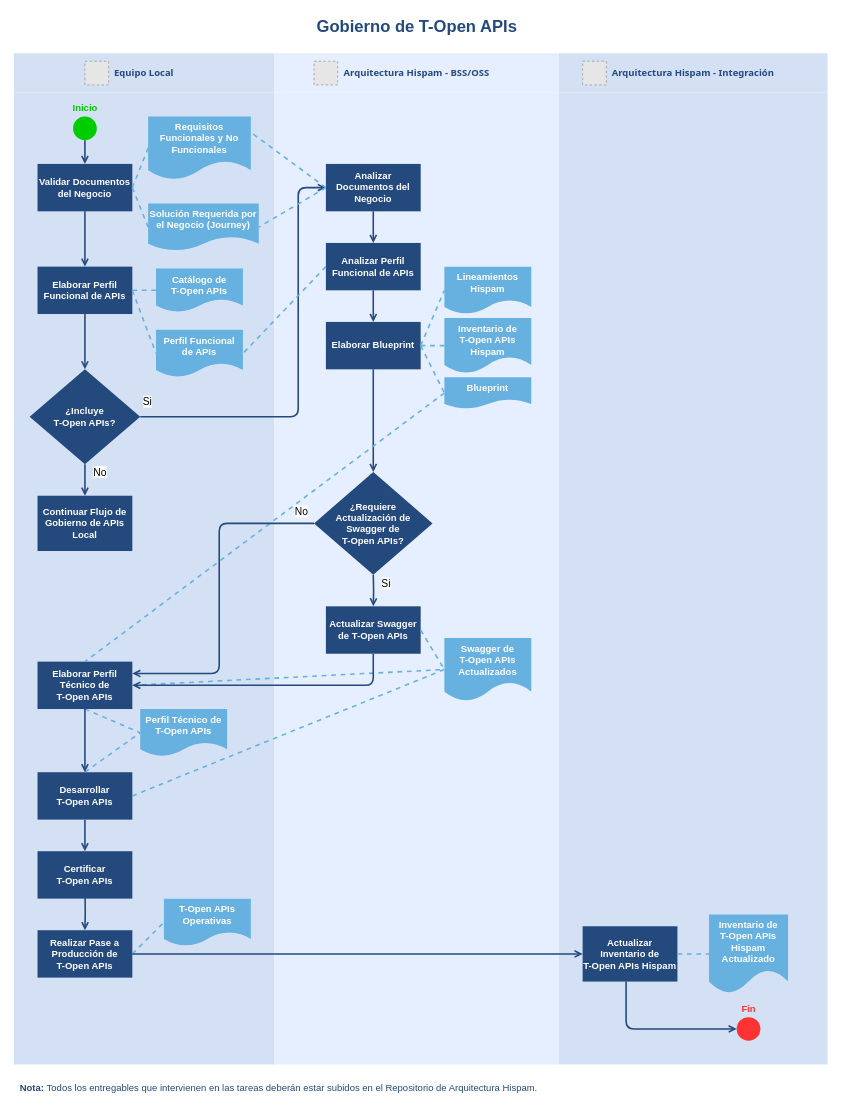
mnunezw/Gobierno-de-APIs keeps this draw.io diagram as page "Diagrama de Flujo" (1 of 2) of Gobierno de T-Open APIs v1.0.drawio. Above is the earlier version. Source tidied: cells renumbered, new cells numbered last; positions are measured from the earlier drawing's top-left corner, leaving out a move shared by most shapes. Both pictures are drawn from the tidied source at 79%, with x=0, y=0 at pixel (13, 13). Pictures stored in the file or linked from it are replaced by grey dashed boxes.
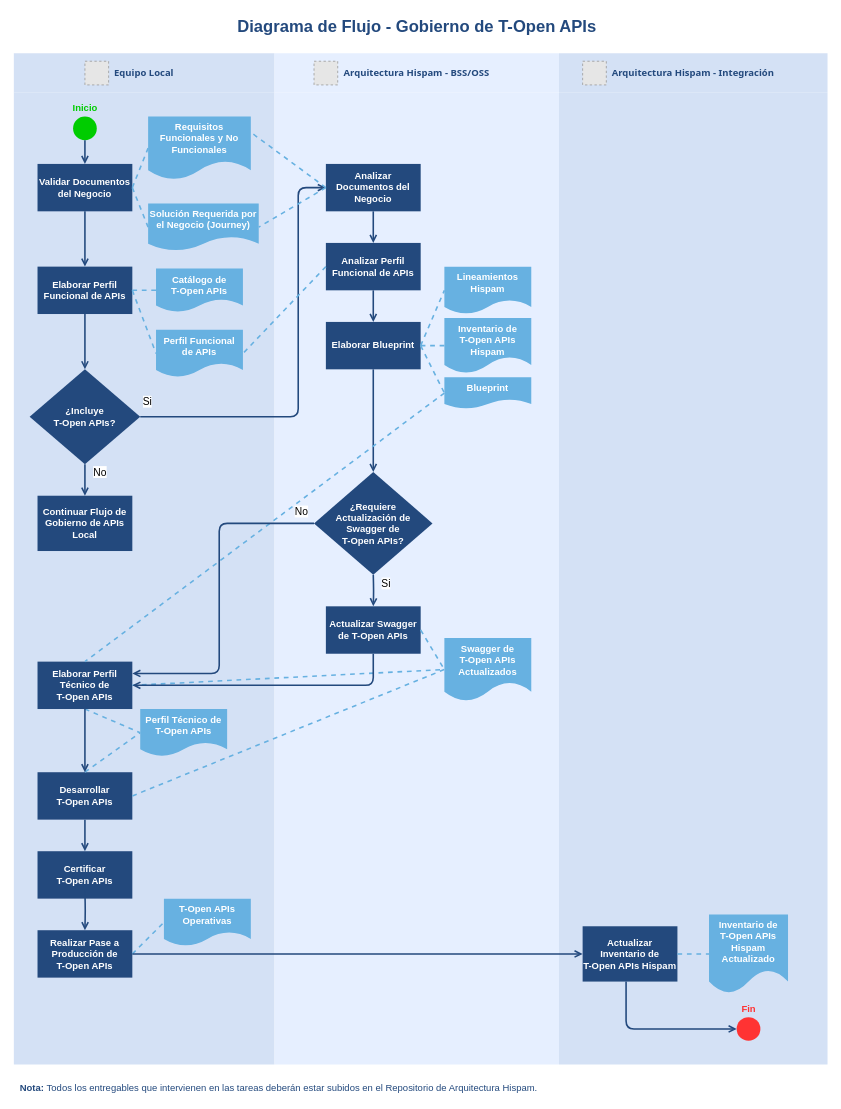
After the change.

Diff of the diagram source:
```diff
@@
-    <mxCell id="75" value="Gobierno de T-Open APIs" style="text;html=1;align=center;verticalAlign=middle;strokeColor=none;fillColor=none;fontSize=21;fontColor=#23497D;fontStyle=1;" parent="1" vertex="1">
-      <mxGeometry x="375" width="270" height="30" as="geometry" />
+    <mxCell id="75" value="Diagrama de Flujo - Gobierno de T-Open APIs" style="text;html=1;align=center;verticalAlign=middle;strokeColor=none;fillColor=none;fontSize=21;fontColor=#23497D;fontStyle=1;" parent="1" vertex="1">
+      <mxGeometry x="275" width="470" height="30" as="geometry" />
     </mxCell>
```
